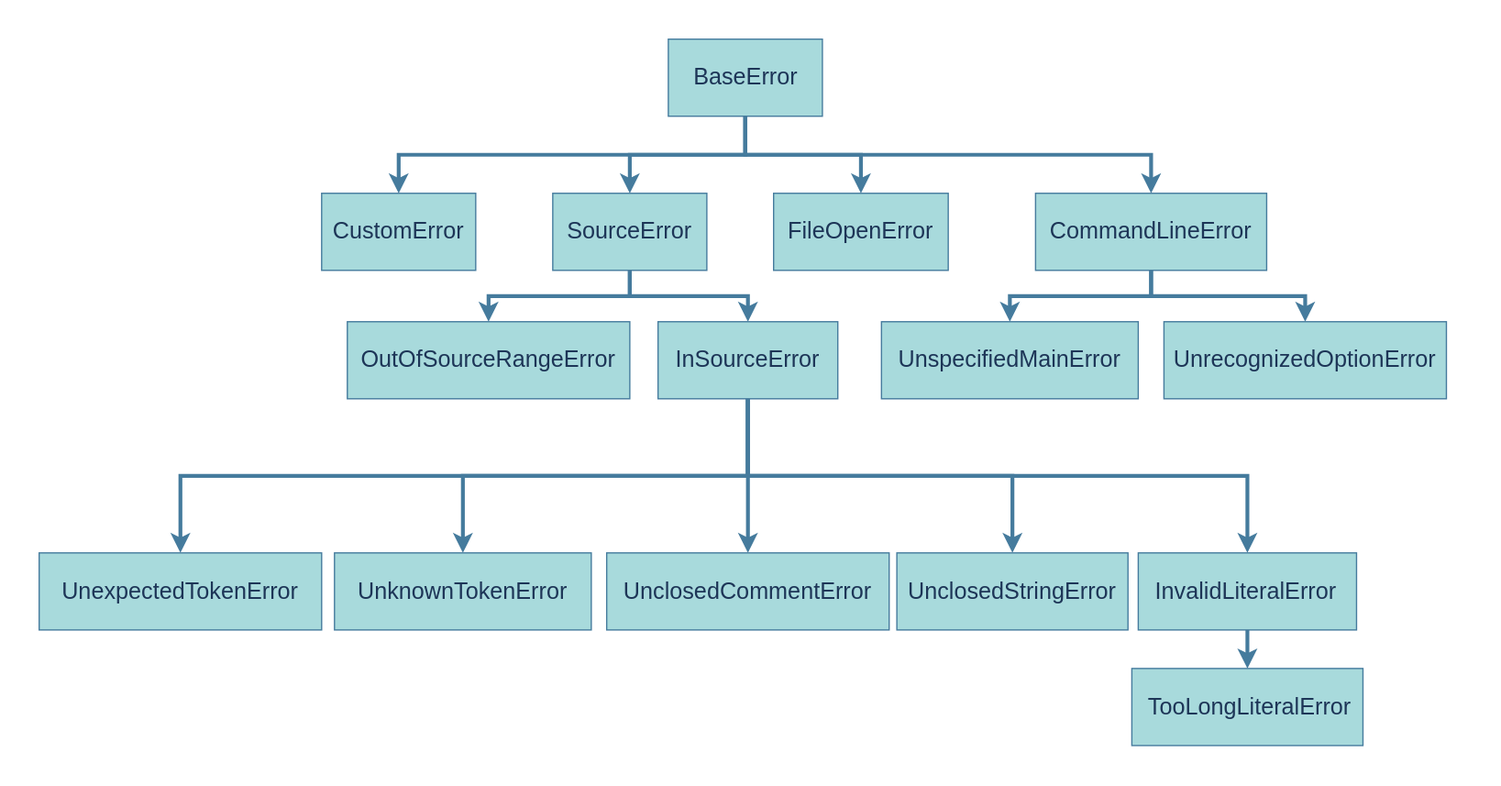
Before: doc/saltc/__assets__/errors/errors.drawio.svg, a diagram exported from draw.io (EnderASz/Salt). Source tidied: cells renumbered, new cells last; positions are measured from the earlier drawing's top-left corner, leaving out a move shared by most shapes.
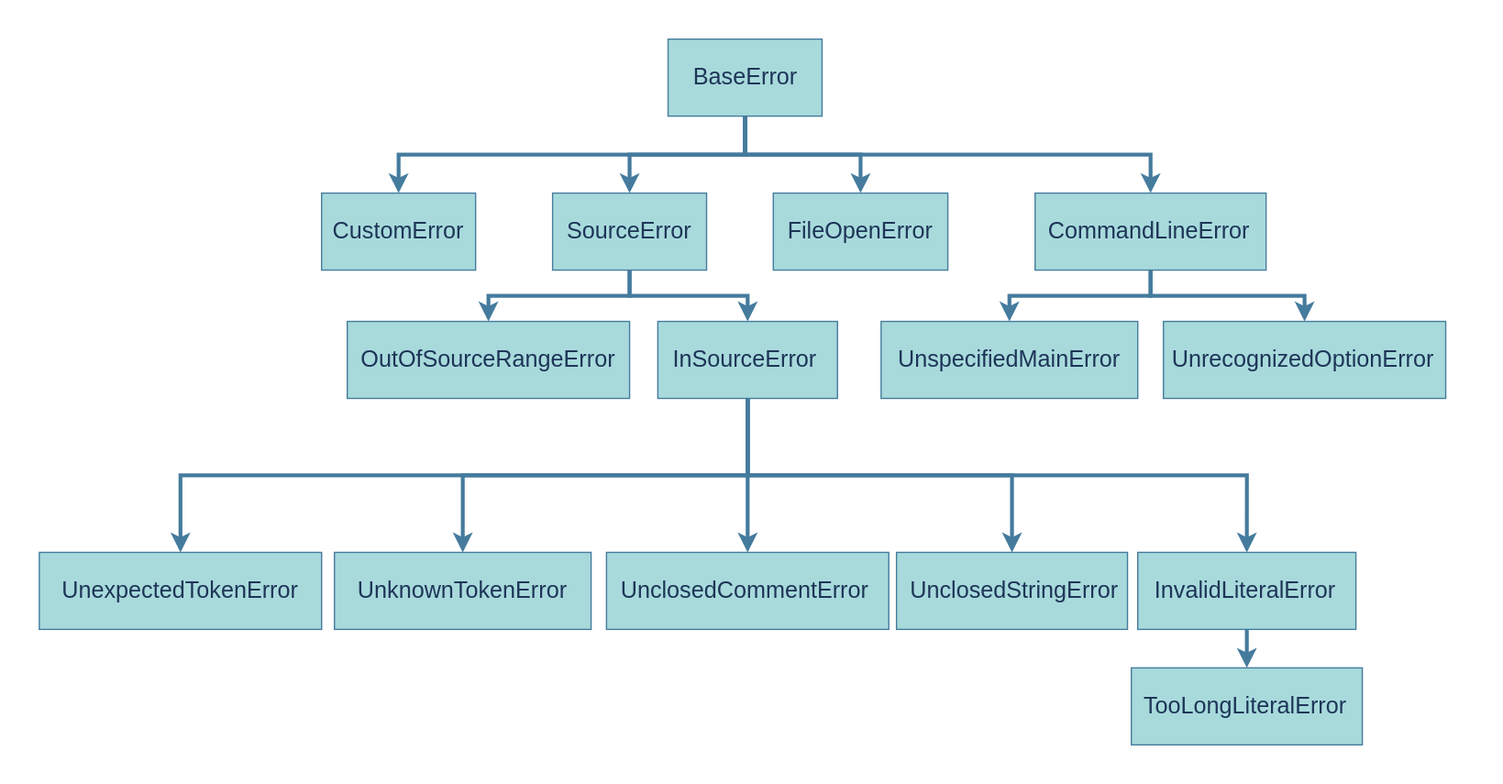
The same diagram one commit later.

Commit message:
Saltc errors Docs assets: Correct text fields size and add missing diagrams

Change to the diagram source:
```diff
@@ -2,6 +2,9 @@
   <root>
     <mxCell id="0" />
     <mxCell id="1" parent="0" />
+    <mxCell id="46" style="whiteSpace=wrap;html=1;strokeColor=none;fillColor=#FFFFFF;" parent="1" vertex="1">
+      <mxGeometry width="1170" height="610" as="geometry" />
+    </mxCell>
     <mxCell id="2" style="edgeStyle=orthogonalEdgeStyle;rounded=0;sketch=0;jettySize=auto;html=1;exitX=0.5;exitY=1;exitDx=0;exitDy=0;entryX=0.5;entryY=0;entryDx=0;entryDy=0;strokeColor=#457B9D;fillColor=#A8DADC;fontColor=#1D3557;strokeWidth=3;" parent="1" edge="1" source="6" target="12">
       <mxGeometry relative="1" as="geometry" />
     </mxCell>
@@ -30,13 +33,13 @@
       <mxGeometry x="430" y="150" width="120" height="60" as="geometry" />
     </mxCell>
     <mxCell id="11" value="&lt;font style=&quot;font-size: 18px&quot;&gt;SourceError&lt;br&gt;&lt;/font&gt;" style="text;html=1;strokeColor=none;fillColor=none;align=center;verticalAlign=middle;whiteSpace=wrap;rounded=0;sketch=0;fontColor=#1D3557;" parent="1" vertex="1">
-      <mxGeometry x="470" y="170" width="40" height="20" as="geometry" />
+      <mxGeometry x="430" y="170" width="120" height="20" as="geometry" />
     </mxCell>
     <mxCell id="12" style="rounded=0;whiteSpace=wrap;html=1;sketch=0;strokeColor=#457B9D;fillColor=#A8DADC;fontColor=#1D3557;" parent="1" vertex="1">
       <mxGeometry x="602" y="150" width="136" height="60" as="geometry" />
     </mxCell>
     <mxCell id="13" value="&lt;font style=&quot;font-size: 18px&quot;&gt;FileOpenError&lt;br&gt;&lt;/font&gt;" style="text;html=1;strokeColor=none;fillColor=none;align=center;verticalAlign=middle;whiteSpace=wrap;rounded=0;sketch=0;fontColor=#1D3557;" parent="1" vertex="1">
-      <mxGeometry x="642" y="170" width="56" height="20" as="geometry" />
+      <mxGeometry x="600" y="170" width="140" height="20" as="geometry" />
     </mxCell>
     <mxCell id="14" style="edgeStyle=orthogonalEdgeStyle;rounded=0;sketch=0;jettySize=auto;html=1;exitX=0.5;exitY=1;exitDx=0;exitDy=0;entryX=0.5;entryY=0;entryDx=0;entryDy=0;strokeColor=#457B9D;fillColor=#A8DADC;fontColor=#1D3557;strokeWidth=3;" parent="1" edge="1" source="16" target="18">
       <mxGeometry relative="1" as="geometry" />
@@ -48,7 +51,7 @@
       <mxGeometry x="806" y="150" width="180" height="60" as="geometry" />
     </mxCell>
     <mxCell id="17" value="&lt;font style=&quot;font-size: 18px&quot;&gt;CommandLineError&lt;br&gt;&lt;/font&gt;" style="text;html=1;strokeColor=none;fillColor=none;align=center;verticalAlign=middle;whiteSpace=wrap;rounded=0;sketch=0;fontColor=#1D3557;" parent="1" vertex="1">
-      <mxGeometry x="876" y="170" width="40" height="20" as="geometry" />
+      <mxGeometry x="810" y="170" width="170" height="20" as="geometry" />
     </mxCell>
     <mxCell id="18" style="rounded=0;whiteSpace=wrap;html=1;sketch=0;strokeColor=#457B9D;fillColor=#A8DADC;fontColor=#1D3557;" parent="1" vertex="1">
       <mxGeometry x="686" y="250" width="200" height="60" as="geometry" />
@@ -60,13 +63,13 @@
       <mxGeometry x="906" y="250" width="220" height="60" as="geometry" />
     </mxCell>
     <mxCell id="21" value="&lt;font style=&quot;font-size: 18px&quot;&gt;UnrecognizedOptionError&lt;br&gt;&lt;/font&gt;" style="text;html=1;strokeColor=none;fillColor=none;align=center;verticalAlign=middle;whiteSpace=wrap;rounded=0;sketch=0;fontColor=#1D3557;" parent="1" vertex="1">
-      <mxGeometry x="996" y="270" width="40" height="20" as="geometry" />
+      <mxGeometry x="910" y="270" width="210" height="20" as="geometry" />
     </mxCell>
     <mxCell id="22" style="rounded=0;whiteSpace=wrap;html=1;sketch=0;strokeColor=#457B9D;fillColor=#A8DADC;fontColor=#1D3557;" parent="1" vertex="1">
       <mxGeometry x="250" y="150" width="120" height="60" as="geometry" />
     </mxCell>
     <mxCell id="23" value="&lt;font style=&quot;font-size: 18px&quot;&gt;CustomError&lt;br&gt;&lt;/font&gt;" style="text;html=1;strokeColor=none;fillColor=none;align=center;verticalAlign=middle;whiteSpace=wrap;rounded=0;sketch=0;fontColor=#1D3557;" parent="1" vertex="1">
-      <mxGeometry x="290" y="170" width="40" height="20" as="geometry" />
+      <mxGeometry x="250" y="170" width="120" height="20" as="geometry" />
     </mxCell>
     <mxCell id="24" style="edgeStyle=orthogonalEdgeStyle;rounded=0;sketch=0;jettySize=auto;html=1;exitX=0.5;exitY=1;exitDx=0;exitDy=0;entryX=0.5;entryY=0;entryDx=0;entryDy=0;strokeColor=#457B9D;fillColor=#A8DADC;fontColor=#1D3557;strokeWidth=3;" parent="1" edge="1" source="29" target="33">
       <mxGeometry relative="1" as="geometry" />
@@ -87,37 +90,37 @@
       <mxGeometry x="512" y="250" width="140" height="60" as="geometry" />
     </mxCell>
     <mxCell id="30" value="&lt;font style=&quot;font-size: 18px&quot;&gt;InSourceError&lt;br&gt;&lt;/font&gt;" style="text;html=1;strokeColor=none;fillColor=none;align=center;verticalAlign=middle;whiteSpace=wrap;rounded=0;sketch=0;fontColor=#1D3557;" parent="1" vertex="1">
-      <mxGeometry x="562" y="270" width="40" height="20" as="geometry" />
+      <mxGeometry x="510" y="270" width="140" height="20" as="geometry" />
     </mxCell>
     <mxCell id="31" style="rounded=0;whiteSpace=wrap;html=1;sketch=0;strokeColor=#457B9D;fillColor=#A8DADC;fontColor=#1D3557;" parent="1" vertex="1">
       <mxGeometry x="270" y="250" width="220" height="60" as="geometry" />
     </mxCell>
     <mxCell id="32" value="&lt;font style=&quot;font-size: 18px&quot;&gt;OutOfSourceRangeError&lt;br&gt;&lt;/font&gt;" style="text;html=1;strokeColor=none;fillColor=none;align=center;verticalAlign=middle;whiteSpace=wrap;rounded=0;sketch=0;fontColor=#1D3557;" parent="1" vertex="1">
-      <mxGeometry x="360" y="270" width="40" height="20" as="geometry" />
+      <mxGeometry x="270" y="270" width="220" height="20" as="geometry" />
     </mxCell>
     <mxCell id="33" style="rounded=0;whiteSpace=wrap;html=1;sketch=0;strokeColor=#457B9D;fillColor=#A8DADC;fontColor=#1D3557;" parent="1" vertex="1">
       <mxGeometry x="472" y="430" width="220" height="60" as="geometry" />
     </mxCell>
     <mxCell id="34" value="&lt;font style=&quot;font-size: 18px&quot;&gt;UnclosedCommentError&lt;br&gt;&lt;/font&gt;" style="text;html=1;strokeColor=none;fillColor=none;align=center;verticalAlign=middle;whiteSpace=wrap;rounded=0;sketch=0;fontColor=#1D3557;" parent="1" vertex="1">
-      <mxGeometry x="562" y="450" width="40" height="20" as="geometry" />
+      <mxGeometry x="470" y="450" width="220" height="20" as="geometry" />
     </mxCell>
     <mxCell id="35" style="rounded=0;whiteSpace=wrap;html=1;sketch=0;strokeColor=#457B9D;fillColor=#A8DADC;fontColor=#1D3557;" parent="1" vertex="1">
       <mxGeometry x="698" y="430" width="180" height="60" as="geometry" />
     </mxCell>
     <mxCell id="36" value="&lt;font style=&quot;font-size: 18px&quot;&gt;UnclosedStringError&lt;br&gt;&lt;/font&gt;" style="text;html=1;strokeColor=none;fillColor=none;align=center;verticalAlign=middle;whiteSpace=wrap;rounded=0;sketch=0;fontColor=#1D3557;" parent="1" vertex="1">
-      <mxGeometry x="768" y="450" width="40" height="20" as="geometry" />
+      <mxGeometry x="700" y="450" width="180" height="20" as="geometry" />
     </mxCell>
     <mxCell id="37" style="rounded=0;whiteSpace=wrap;html=1;sketch=0;strokeColor=#457B9D;fillColor=#A8DADC;fontColor=#1D3557;" parent="1" vertex="1">
       <mxGeometry x="30" y="430" width="220" height="60" as="geometry" />
     </mxCell>
     <mxCell id="38" value="&lt;font style=&quot;font-size: 18px&quot;&gt;UnexpectedTokenError&lt;br&gt;&lt;/font&gt;" style="text;html=1;strokeColor=none;fillColor=none;align=center;verticalAlign=middle;whiteSpace=wrap;rounded=0;sketch=0;fontColor=#1D3557;" parent="1" vertex="1">
-      <mxGeometry x="120" y="450" width="40" height="20" as="geometry" />
+      <mxGeometry x="30" y="450" width="220" height="20" as="geometry" />
     </mxCell>
     <mxCell id="39" style="rounded=0;whiteSpace=wrap;html=1;sketch=0;strokeColor=#457B9D;fillColor=#A8DADC;fontColor=#1D3557;" parent="1" vertex="1">
       <mxGeometry x="260" y="430" width="200" height="60" as="geometry" />
     </mxCell>
     <mxCell id="40" value="&lt;font style=&quot;font-size: 18px&quot;&gt;UnknownTokenError&lt;br&gt;&lt;/font&gt;" style="text;html=1;strokeColor=none;fillColor=none;align=center;verticalAlign=middle;whiteSpace=wrap;rounded=0;sketch=0;fontColor=#1D3557;" parent="1" vertex="1">
-      <mxGeometry x="340" y="450" width="40" height="20" as="geometry" />
+      <mxGeometry x="260" y="450" width="200" height="20" as="geometry" />
     </mxCell>
     <mxCell id="41" style="edgeStyle=orthogonalEdgeStyle;rounded=0;sketch=0;jettySize=auto;html=1;exitX=0.5;exitY=1;exitDx=0;exitDy=0;entryX=0.5;entryY=0;entryDx=0;entryDy=0;strokeColor=#457B9D;fillColor=#A8DADC;fontColor=#1D3557;strokeWidth=3;" parent="1" edge="1" source="42" target="44">
       <mxGeometry relative="1" as="geometry" />
@@ -126,19 +129,13 @@
       <mxGeometry x="886" y="430" width="170" height="60" as="geometry" />
     </mxCell>
     <mxCell id="43" value="&lt;font style=&quot;font-size: 18px&quot;&gt;InvalidLiteralError&lt;br&gt;&lt;/font&gt;" style="text;html=1;strokeColor=none;fillColor=none;align=center;verticalAlign=middle;whiteSpace=wrap;rounded=0;sketch=0;fontColor=#1D3557;" parent="1" vertex="1">
-      <mxGeometry x="950" y="450" width="40" height="20" as="geometry" />
+      <mxGeometry x="890" y="450" width="160" height="20" as="geometry" />
     </mxCell>
     <mxCell id="44" style="rounded=0;whiteSpace=wrap;html=1;sketch=0;strokeColor=#457B9D;fillColor=#A8DADC;fontColor=#1D3557;" parent="1" vertex="1">
       <mxGeometry x="881" y="520" width="180" height="60" as="geometry" />
     </mxCell>
     <mxCell id="45" value="&lt;font style=&quot;font-size: 18px&quot;&gt;TooLongLiteralError&lt;br&gt;&lt;/font&gt;" style="text;html=1;strokeColor=none;fillColor=none;align=center;verticalAlign=middle;whiteSpace=wrap;rounded=0;sketch=0;fontColor=#1D3557;" parent="1" vertex="1">
-      <mxGeometry x="953" y="540" width="40" height="20" as="geometry" />
+      <mxGeometry x="880" y="540" width="180" height="20" as="geometry" />
     </mxCell>
-    <mxCell id="46" style="whiteSpace=wrap;html=1;fillColor=none;strokeColor=none;" parent="1" vertex="1">
-      <mxGeometry width="58" height="60" as="geometry" />
-    </mxCell>
-    <mxCell id="47" style="whiteSpace=wrap;html=1;fillColor=none;strokeColor=none;" parent="1" vertex="1">
-      <mxGeometry x="1110" y="550" width="58" height="60" as="geometry" />
-    </mxCell>
   </root>
 </mxGraphModel>
```
